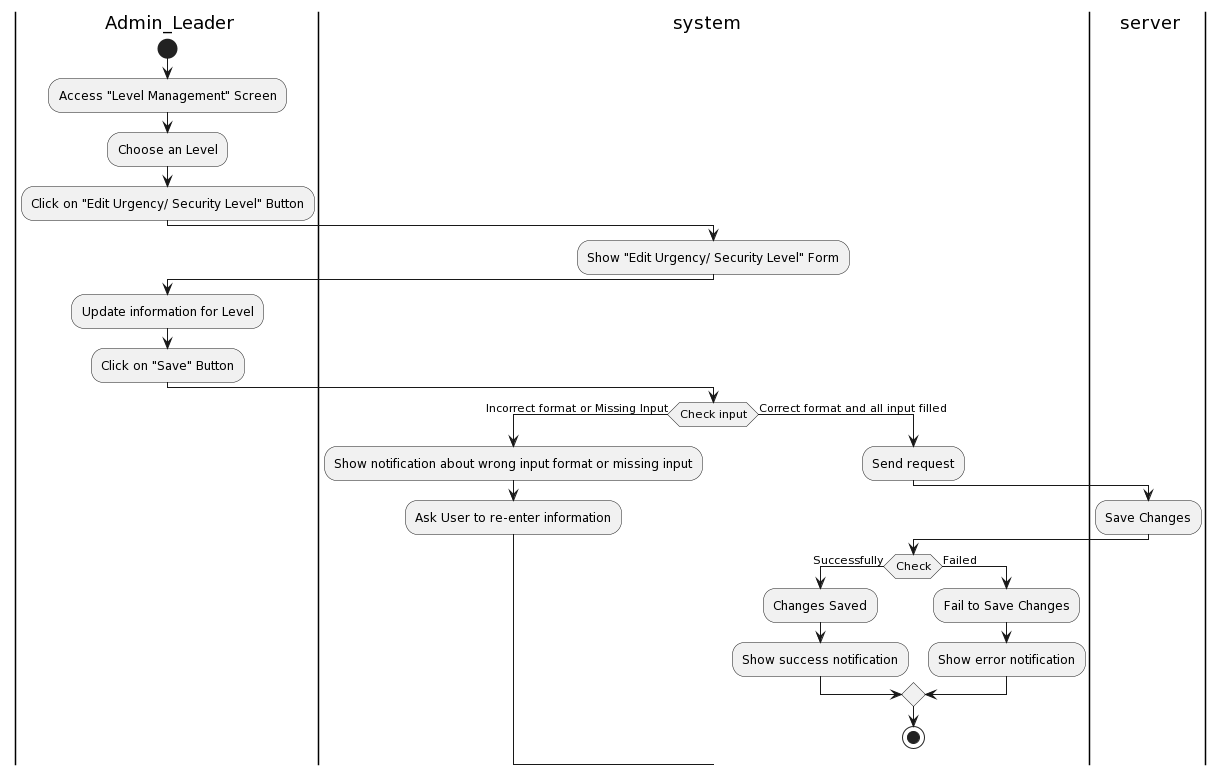
Above: Lab1/Lab1.2/Activity Diagram/SystemManagement/LevelManagement/EditLevelinformation/EditLevelinformation.png in khoapham1003/SE357-Pratice-class (PlantUML), before the change.
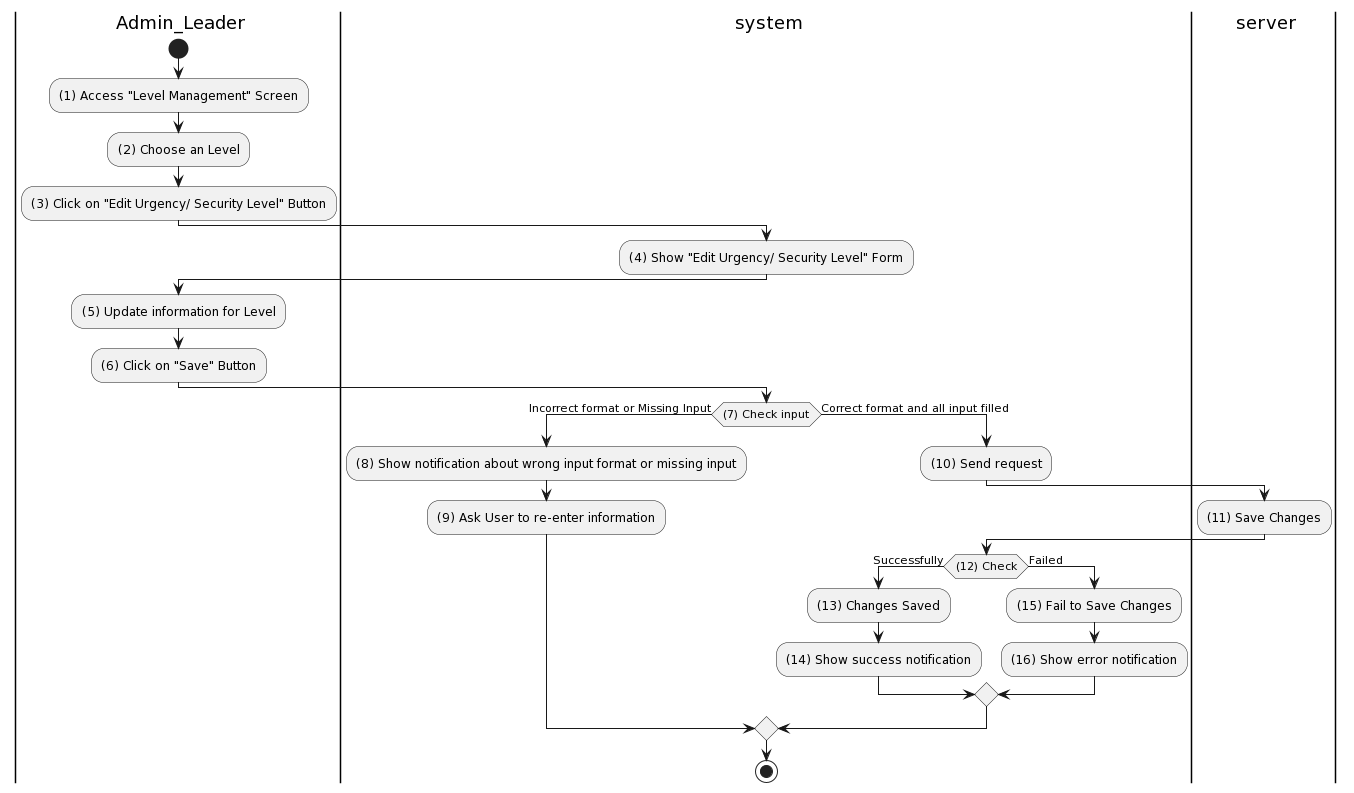
The same diagram one commit later.

Diff of the diagram source:
```diff
@@ -4,30 +4,31 @@
 |ser| server
 |a|
 start
-:Access "Level Management" Screen;
-:Choose an Level;
-:Click on "Edit Urgency/ Security Level" Button;
+:(1) Access "Level Management" Screen;
+:(2) Choose an Level;
+:(3) Click on "Edit Urgency/ Security Level" Button;
 |sys|
-:Show "Edit Urgency/ Security Level" Form;
+:(4) Show "Edit Urgency/ Security Level" Form;
 |a|
-:Update information for Level;
-:Click on "Save" Button;
+:(5) Update information for Level;
+:(6) Click on "Save" Button;
 |sys|
-if (Check input) then (Incorrect format or Missing Input)
-:Show notification about wrong input format or missing input;
-:Ask User to re-enter information;
+if ((7) Check input) then (Incorrect format or Missing Input)
+:(8) Show notification about wrong input format or missing input;
+:(9) Ask User to re-enter information;
 else (Correct format and all input filled)
 |sys|
-:Send request;
+:(10) Send request;
 |ser|
-:Save Changes;
+:(11) Save Changes;
 |sys|
-if(Check) then (Successfully)
-:Changes Saved;
-:Show success notification;
+if((12) Check) then (Successfully)
+:(13) Changes Saved;
+:(14) Show success notification;
 else (Failed)
-:Fail to Save Changes;
-:Show error notification;
+:(15) Fail to Save Changes;
+:(16) Show error notification;
+endif
 endif
 
 stop
```
